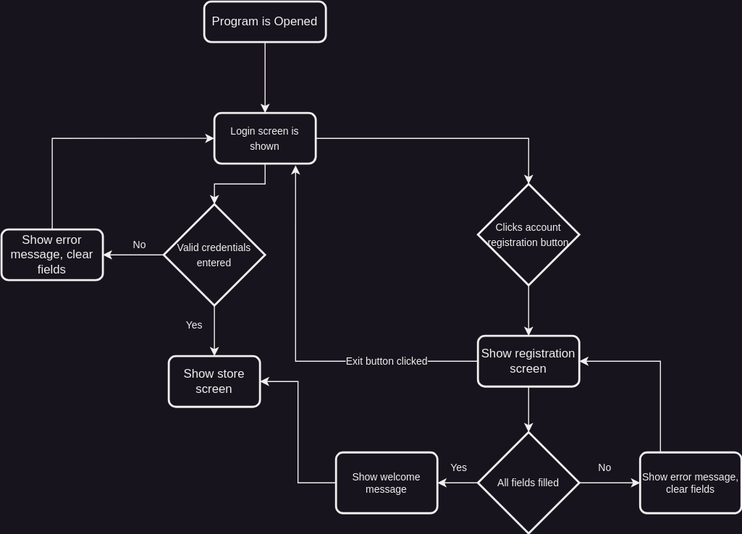
This is 4A- Flow Diagram.drawio.svg from JCDurand/PAT_2023, a draw.io export, as it was before one commit. Source tidied: cells renumbered, new cells last; positions are measured from the earlier drawing's top-left corner, leaving out a move shared by most shapes.
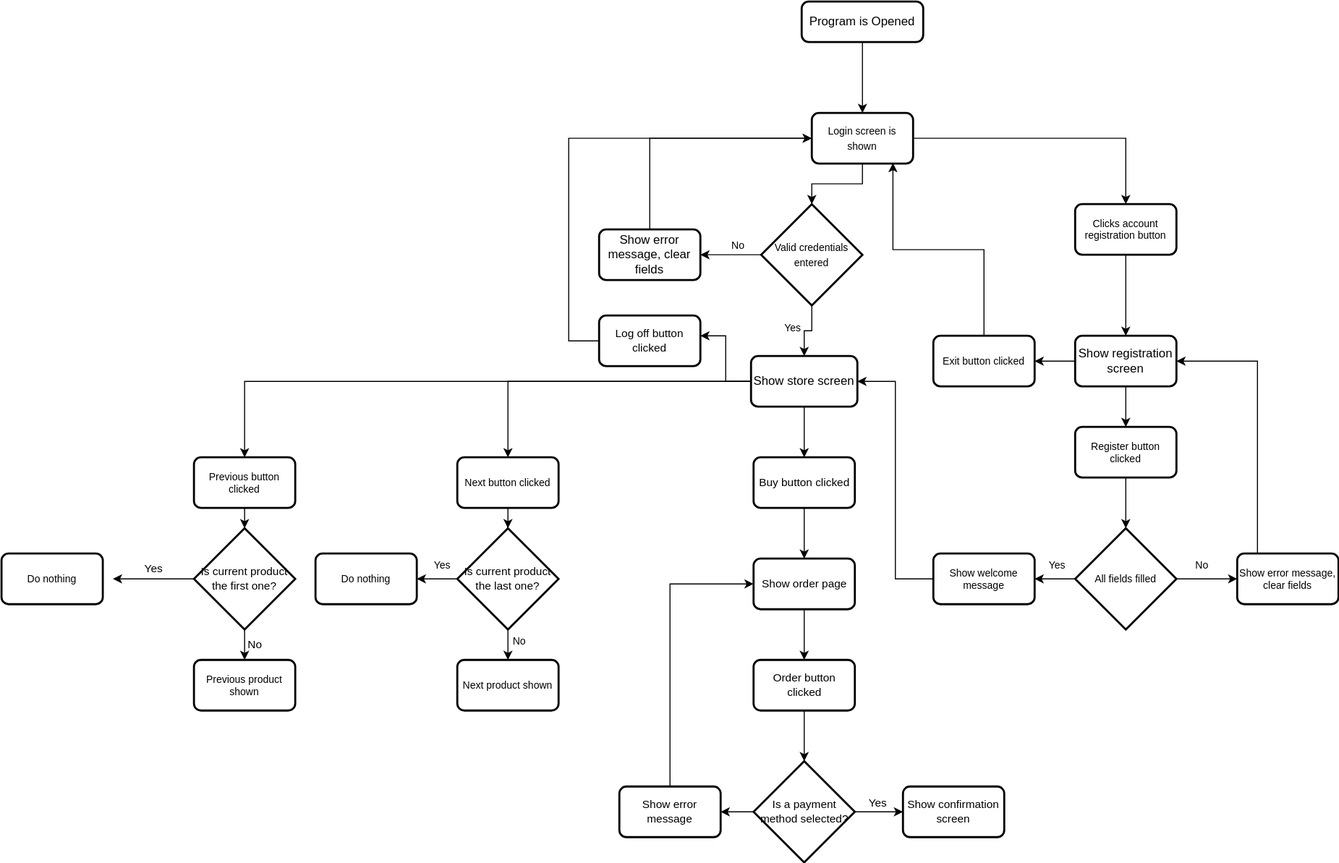
After the change.

Commit message:
product class created

What changed in the source:
```diff
@@ -11,7 +11,7 @@
     <mxCell id="4" style="edgeStyle=orthogonalEdgeStyle;rounded=0;jettySize=auto;html=1;" parent="1" edge="1" source="6" target="19">
       <mxGeometry relative="1" as="geometry" />
     </mxCell>
-    <mxCell id="5" style="edgeStyle=orthogonalEdgeStyle;rounded=0;jettySize=auto;html=1;entryX=0.5;entryY=0;entryDx=0;entryDy=0;entryPerimeter=0;" parent="1" edge="1" source="6" target="20">
+    <mxCell id="5" style="edgeStyle=orthogonalEdgeStyle;rounded=0;jettySize=auto;html=1;entryX=0.5;entryY=0;entryDx=0;entryDy=0;" parent="1" edge="1" source="6" target="20">
       <mxGeometry relative="1" as="geometry" />
     </mxCell>
     <mxCell id="6" value="&lt;font style=&quot;font-size: 10px;&quot;&gt;Login screen is shown&lt;/font&gt;" style="rounded=1;whiteSpace=wrap;html=1;absoluteArcSize=1;arcSize=14;strokeWidth=2;" parent="1" vertex="1">
@@ -27,26 +27,30 @@
     <mxCell id="8" value="Show error message, clear fields" style="rounded=1;whiteSpace=wrap;html=1;absoluteArcSize=1;arcSize=14;strokeWidth=2;" parent="1" vertex="1">
       <mxGeometry y="225" width="100" height="50" as="geometry" />
     </mxCell>
-    <mxCell id="9" style="edgeStyle=orthogonalEdgeStyle;rounded=0;jettySize=auto;html=1;fontSize=10;" parent="1" edge="1" source="12" target="25">
+    <mxCell id="9" style="edgeStyle=orthogonalEdgeStyle;rounded=0;jettySize=auto;html=1;fontSize=10;" parent="1" edge="1" source="12" target="36">
       <mxGeometry relative="1" as="geometry" />
     </mxCell>
-    <mxCell id="10" style="edgeStyle=orthogonalEdgeStyle;rounded=0;jettySize=auto;html=1;entryX=0.801;entryY=1.034;entryDx=0;entryDy=0;entryPerimeter=0;fontSize=10;" parent="1" edge="1" source="12" target="6">
-      <mxGeometry relative="1" as="geometry" />
-    </mxCell>
-    <mxCell id="11" value="Exit button clicked" style="edgeLabel;html=1;align=center;verticalAlign=middle;points=[];fontSize=10;" parent="10" vertex="1">
-      <mxGeometry x="-0.38" relative="1" as="geometry">
-        <mxPoint x="26" as="offset" />
-      </mxGeometry>
-    </mxCell>
+    <mxCell id="30" style="edgeStyle=orthogonalEdgeStyle;rounded=0;jettySize=auto;html=1;entryX=1;entryY=0.5;entryDx=0;entryDy=0;fontSize=10;" parent="1" edge="1" source="12" target="11">
+      <mxGeometry relative="1" as="geometry" />
+    </mxCell>
     <mxCell id="12" value="Show registration screen" style="rounded=1;whiteSpace=wrap;html=1;absoluteArcSize=1;arcSize=14;strokeWidth=2;" parent="1" vertex="1">
       <mxGeometry x="470" y="330" width="100" height="50" as="geometry" />
     </mxCell>
+    <mxCell id="31" style="edgeStyle=orthogonalEdgeStyle;rounded=0;jettySize=auto;html=1;entryX=0.5;entryY=0;entryDx=0;entryDy=0;fontSize=11;" parent="1" edge="1" source="13" target="48">
+      <mxGeometry relative="1" as="geometry" />
+    </mxCell>
+    <mxCell id="32" style="edgeStyle=orthogonalEdgeStyle;rounded=0;jettySize=auto;html=1;entryX=1;entryY=0.4;entryDx=0;entryDy=0;entryPerimeter=0;fontSize=11;" parent="1" edge="1" source="13" target="57">
+      <mxGeometry relative="1" as="geometry" />
+    </mxCell>
+    <mxCell id="33" style="edgeStyle=orthogonalEdgeStyle;rounded=0;jettySize=auto;html=1;fontSize=11;" parent="1" edge="1" source="13" target="39">
+      <mxGeometry relative="1" as="geometry" />
+    </mxCell>
+    <mxCell id="34" style="edgeStyle=orthogonalEdgeStyle;rounded=0;jettySize=auto;html=1;entryX=0.5;entryY=0;entryDx=0;entryDy=0;fontSize=11;" parent="1" edge="1" source="13" target="59">
+      <mxGeometry relative="1" as="geometry" />
+    </mxCell>
     <mxCell id="13" value="Show store screen" style="rounded=1;whiteSpace=wrap;html=1;absoluteArcSize=1;arcSize=14;strokeWidth=2;" parent="1" vertex="1">
-      <mxGeometry x="165" y="350" width="90" height="50" as="geometry" />
+      <mxGeometry x="150" y="350" width="105" height="50" as="geometry" />
     </mxCell>
-    <mxCell id="14" style="edgeStyle=orthogonalEdgeStyle;rounded=0;jettySize=auto;html=1;entryX=0.5;entryY=0;entryDx=0;entryDy=0;exitX=0.5;exitY=1;exitDx=0;exitDy=0;exitPerimeter=0;" parent="1" edge="1" source="20" target="12">
-      <mxGeometry relative="1" as="geometry" />
-    </mxCell>
     <mxCell id="15" style="edgeStyle=orthogonalEdgeStyle;rounded=0;jettySize=auto;html=1;fontSize=10;" parent="1" edge="1" source="19" target="13">
       <mxGeometry relative="1" as="geometry" />
     </mxCell>
@@ -66,16 +70,8 @@
     <mxCell id="19" value="&lt;font style=&quot;font-size: 10px;&quot;&gt;Valid credentials entered&lt;/font&gt;" style="strokeWidth=2;html=1;shape=mxgraph.flowchart.decision;whiteSpace=wrap;" parent="1" vertex="1">
       <mxGeometry x="160" y="200" width="100" height="100" as="geometry" />
     </mxCell>
-    <mxCell id="20" value="&lt;font style=&quot;font-size: 10px;&quot;&gt;Clicks account registration button&lt;/font&gt;" style="strokeWidth=2;html=1;shape=mxgraph.flowchart.decision;whiteSpace=wrap;" parent="1" vertex="1">
-      <mxGeometry x="470" y="180" width="100" height="100" as="geometry" />
-    </mxCell>
     <mxCell id="21" style="edgeStyle=orthogonalEdgeStyle;rounded=0;jettySize=auto;html=1;entryX=0;entryY=0.5;entryDx=0;entryDy=0;fontSize=10;exitX=1;exitY=0.5;exitDx=0;exitDy=0;exitPerimeter=0;" parent="1" edge="1" source="25" target="27">
-      <mxGeometry relative="1" as="geometry">
-        <Array as="points">
-          <mxPoint x="570" y="475" />
-          <mxPoint x="570" y="475" />
-        </Array>
-      </mxGeometry>
+      <mxGeometry relative="1" as="geometry" />
     </mxCell>
     <mxCell id="22" value="No" style="edgeLabel;html=1;align=center;verticalAlign=middle;fontSize=10;" parent="21" vertex="1">
       <mxGeometry x="0.14" y="2" relative="1" as="geometry">
@@ -91,7 +87,7 @@
       </mxGeometry>
     </mxCell>
     <mxCell id="25" value="All fields filled" style="strokeWidth=2;html=1;shape=mxgraph.flowchart.decision;whiteSpace=wrap;fontSize=10;" parent="1" vertex="1">
-      <mxGeometry x="470" y="425" width="100" height="100" as="geometry" />
+      <mxGeometry x="470" y="520" width="100" height="100" as="geometry" />
     </mxCell>
     <mxCell id="26" style="edgeStyle=orthogonalEdgeStyle;rounded=0;jettySize=auto;html=1;entryX=1;entryY=0.5;entryDx=0;entryDy=0;fontSize=10;" parent="1" edge="1" source="27" target="12">
       <mxGeometry relative="1" as="geometry">
@@ -101,13 +97,147 @@
       </mxGeometry>
     </mxCell>
     <mxCell id="27" value="Show error message, clear fields" style="rounded=1;whiteSpace=wrap;html=1;absoluteArcSize=1;arcSize=14;strokeWidth=2;fontSize=10;" parent="1" vertex="1">
-      <mxGeometry x="630" y="445" width="100" height="60" as="geometry" />
+      <mxGeometry x="630" y="545" width="100" height="50" as="geometry" />
     </mxCell>
     <mxCell id="28" style="edgeStyle=orthogonalEdgeStyle;rounded=0;jettySize=auto;html=1;entryX=1;entryY=0.5;entryDx=0;entryDy=0;fontSize=10;" parent="1" edge="1" source="29" target="13">
       <mxGeometry relative="1" as="geometry" />
     </mxCell>
     <mxCell id="29" value="Show welcome message" style="rounded=1;whiteSpace=wrap;html=1;absoluteArcSize=1;arcSize=14;strokeWidth=2;fontSize=10;" parent="1" vertex="1">
-      <mxGeometry x="330" y="445" width="100" height="60" as="geometry" />
+      <mxGeometry x="330" y="545" width="100" height="50" as="geometry" />
     </mxCell>
+    <mxCell id="35" style="edgeStyle=orthogonalEdgeStyle;rounded=0;jettySize=auto;html=1;entryX=0.5;entryY=0;entryDx=0;entryDy=0;entryPerimeter=0;fontSize=10;" parent="1" edge="1" source="36" target="25">
+      <mxGeometry relative="1" as="geometry" />
+    </mxCell>
+    <mxCell id="36" value="Register button clicked" style="rounded=1;whiteSpace=wrap;html=1;absoluteArcSize=1;arcSize=14;strokeWidth=2;fontSize=10;" parent="1" vertex="1">
+      <mxGeometry x="470" y="420" width="100" height="50" as="geometry" />
+    </mxCell>
+    <mxCell id="37" style="edgeStyle=orthogonalEdgeStyle;rounded=0;jettySize=auto;html=1;entryX=0.801;entryY=0.989;entryDx=0;entryDy=0;entryPerimeter=0;fontSize=10;exitX=0.5;exitY=0;exitDx=0;exitDy=0;" parent="1" edge="1" source="11" target="6">
+      <mxGeometry relative="1" as="geometry" />
+    </mxCell>
+    <mxCell id="11" value="Exit button clicked" style="rounded=1;whiteSpace=wrap;html=1;absoluteArcSize=1;arcSize=14;strokeWidth=2;fontSize=10;" parent="1" vertex="1">
+      <mxGeometry x="330" y="330" width="100" height="50" as="geometry" />
+    </mxCell>
+    <mxCell id="14" style="edgeStyle=orthogonalEdgeStyle;rounded=0;jettySize=auto;html=1;fontSize=10;" parent="1" edge="1" source="20" target="12">
+      <mxGeometry relative="1" as="geometry" />
+    </mxCell>
+    <mxCell id="20" value="Clicks account registration button" style="rounded=1;whiteSpace=wrap;html=1;absoluteArcSize=1;arcSize=14;strokeWidth=2;fontSize=10;" parent="1" vertex="1">
+      <mxGeometry x="470" y="200" width="100" height="50" as="geometry" />
+    </mxCell>
+    <mxCell id="38" style="edgeStyle=orthogonalEdgeStyle;rounded=0;jettySize=auto;html=1;entryX=0.5;entryY=0;entryDx=0;entryDy=0;entryPerimeter=0;fontSize=10;" parent="1" edge="1" source="39" target="45">
+      <mxGeometry relative="1" as="geometry" />
+    </mxCell>
+    <mxCell id="39" value="Next button clicked" style="rounded=1;whiteSpace=wrap;html=1;absoluteArcSize=1;arcSize=14;strokeWidth=2;fontSize=10;" parent="1" vertex="1">
+      <mxGeometry x="-140" y="450" width="100" height="50" as="geometry" />
+    </mxCell>
+    <mxCell id="40" value="Next product shown" style="rounded=1;whiteSpace=wrap;html=1;absoluteArcSize=1;arcSize=14;strokeWidth=2;fontSize=10;" parent="1" vertex="1">
+      <mxGeometry x="-140" y="650" width="100" height="50" as="geometry" />
+    </mxCell>
+    <mxCell id="41" style="edgeStyle=orthogonalEdgeStyle;rounded=0;jettySize=auto;html=1;entryX=0.5;entryY=0;entryDx=0;entryDy=0;fontSize=10;" parent="1" edge="1" source="45" target="40">
+      <mxGeometry relative="1" as="geometry" />
+    </mxCell>
+    <mxCell id="42" value="No" style="edgeLabel;html=1;align=center;verticalAlign=middle;fontSize=10;" parent="41" vertex="1">
+      <mxGeometry x="-0.86" relative="1" as="geometry">
+        <mxPoint x="10" y="7" as="offset" />
+      </mxGeometry>
+    </mxCell>
+    <mxCell id="43" style="edgeStyle=orthogonalEdgeStyle;rounded=0;jettySize=auto;html=1;entryX=1;entryY=0.5;entryDx=0;entryDy=0;fontSize=10;" parent="1" edge="1" source="45" target="46">
+      <mxGeometry relative="1" as="geometry" />
+    </mxCell>
+    <mxCell id="44" value="Yes" style="edgeLabel;html=1;align=center;verticalAlign=middle;fontSize=10;" parent="43" vertex="1">
+      <mxGeometry x="-0.21" y="-1" relative="1" as="geometry">
+        <mxPoint y="-14" as="offset" />
+      </mxGeometry>
+    </mxCell>
+    <mxCell id="45" value="&lt;font style=&quot;font-size: 11px;&quot;&gt;Is current product the last one?&lt;/font&gt;" style="strokeWidth=2;html=1;shape=mxgraph.flowchart.decision;whiteSpace=wrap;fontSize=10;" parent="1" vertex="1">
+      <mxGeometry x="-140" y="520" width="100" height="100" as="geometry" />
+    </mxCell>
+    <mxCell id="46" value="Do nothing" style="rounded=1;whiteSpace=wrap;html=1;absoluteArcSize=1;arcSize=14;strokeWidth=2;fontSize=10;" parent="1" vertex="1">
+      <mxGeometry x="-280" y="545" width="100" height="50" as="geometry" />
+    </mxCell>
+    <mxCell id="47" style="edgeStyle=orthogonalEdgeStyle;rounded=0;jettySize=auto;html=1;entryX=0.5;entryY=0;entryDx=0;entryDy=0;entryPerimeter=0;fontSize=11;" parent="1" edge="1" source="48" target="52">
+      <mxGeometry relative="1" as="geometry" />
+    </mxCell>
+    <mxCell id="48" value="Previous button clicked" style="rounded=1;whiteSpace=wrap;html=1;absoluteArcSize=1;arcSize=14;strokeWidth=2;fontSize=10;" parent="1" vertex="1">
+      <mxGeometry x="-400" y="450" width="100" height="50" as="geometry" />
+    </mxCell>
+    <mxCell id="49" value="Previous product shown" style="rounded=1;whiteSpace=wrap;html=1;absoluteArcSize=1;arcSize=14;strokeWidth=2;fontSize=10;" parent="1" vertex="1">
+      <mxGeometry x="-400" y="650" width="100" height="50" as="geometry" />
+    </mxCell>
+    <mxCell id="50" style="edgeStyle=orthogonalEdgeStyle;rounded=0;jettySize=auto;html=1;fontSize=11;" parent="1" edge="1" source="52">
+      <mxGeometry relative="1" as="geometry">
+        <mxPoint x="-480" y="570" as="targetPoint" />
+      </mxGeometry>
+    </mxCell>
+    <mxCell id="51" style="edgeStyle=orthogonalEdgeStyle;rounded=0;jettySize=auto;html=1;entryX=0.5;entryY=0;entryDx=0;entryDy=0;fontSize=11;" parent="1" edge="1" source="52" target="49">
+      <mxGeometry relative="1" as="geometry" />
+    </mxCell>
+    <mxCell id="52" value="&lt;font style=&quot;font-size: 11px;&quot;&gt;Is current product the first one?&lt;/font&gt;" style="strokeWidth=2;html=1;shape=mxgraph.flowchart.decision;whiteSpace=wrap;fontSize=10;" parent="1" vertex="1">
+      <mxGeometry x="-400" y="520" width="100" height="100" as="geometry" />
+    </mxCell>
+    <mxCell id="53" value="Do nothing" style="rounded=1;whiteSpace=wrap;html=1;absoluteArcSize=1;arcSize=14;strokeWidth=2;fontSize=10;" parent="1" vertex="1">
+      <mxGeometry x="-590" y="545" width="100" height="50" as="geometry" />
+    </mxCell>
+    <mxCell id="54" value="Yes" style="text;html=1;align=center;verticalAlign=middle;strokeColor=none;fillColor=none;fontSize=11;" parent="1" vertex="1">
+      <mxGeometry x="-460" y="545" width="40" height="30" as="geometry" />
+    </mxCell>
+    <mxCell id="55" value="No" style="text;html=1;align=center;verticalAlign=middle;strokeColor=none;fillColor=none;fontSize=11;" parent="1" vertex="1">
+      <mxGeometry x="-360" y="620" width="40" height="30" as="geometry" />
+    </mxCell>
+    <mxCell id="56" style="edgeStyle=orthogonalEdgeStyle;rounded=0;jettySize=auto;html=1;entryX=0;entryY=0.5;entryDx=0;entryDy=0;fontSize=11;" parent="1" edge="1" source="57" target="6">
+      <mxGeometry relative="1" as="geometry">
+        <Array as="points">
+          <mxPoint x="-30" y="335" />
+          <mxPoint x="-30" y="135" />
+        </Array>
+      </mxGeometry>
+    </mxCell>
+    <mxCell id="57" value="Log off button clicked" style="rounded=1;whiteSpace=wrap;html=1;absoluteArcSize=1;arcSize=14;strokeWidth=2;fontSize=11;" parent="1" vertex="1">
+      <mxGeometry y="310" width="100" height="50" as="geometry" />
+    </mxCell>
+    <mxCell id="58" style="edgeStyle=orthogonalEdgeStyle;rounded=0;jettySize=auto;html=1;entryX=0.5;entryY=0;entryDx=0;entryDy=0;fontSize=11;" parent="1" edge="1" source="59" target="61">
+      <mxGeometry relative="1" as="geometry" />
+    </mxCell>
+    <mxCell id="59" value="Buy button clicked" style="rounded=1;whiteSpace=wrap;html=1;absoluteArcSize=1;arcSize=14;strokeWidth=2;fontSize=11;" parent="1" vertex="1">
+      <mxGeometry x="152.5" y="450" width="100" height="50" as="geometry" />
+    </mxCell>
+    <mxCell id="60" style="edgeStyle=orthogonalEdgeStyle;rounded=0;jettySize=auto;html=1;entryX=0.5;entryY=0;entryDx=0;entryDy=0;fontSize=11;" parent="1" edge="1" source="61" target="63">
+      <mxGeometry relative="1" as="geometry" />
+    </mxCell>
+    <mxCell id="61" value="Show order page" style="rounded=1;whiteSpace=wrap;html=1;absoluteArcSize=1;arcSize=14;strokeWidth=2;fontSize=11;" parent="1" vertex="1">
+      <mxGeometry x="152.5" y="550" width="100" height="50" as="geometry" />
+    </mxCell>
+    <mxCell id="62" style="edgeStyle=orthogonalEdgeStyle;rounded=0;jettySize=auto;html=1;entryX=0.5;entryY=0;entryDx=0;entryDy=0;entryPerimeter=0;fontSize=11;" parent="1" edge="1" source="63" target="67">
+      <mxGeometry relative="1" as="geometry" />
+    </mxCell>
+    <mxCell id="63" value="Order button clicked" style="rounded=1;whiteSpace=wrap;html=1;absoluteArcSize=1;arcSize=14;strokeWidth=2;fontSize=11;" parent="1" vertex="1">
+      <mxGeometry x="152.5" y="650" width="100" height="50" as="geometry" />
+    </mxCell>
+    <mxCell id="64" style="edgeStyle=orthogonalEdgeStyle;rounded=0;jettySize=auto;html=1;entryX=0;entryY=0.5;entryDx=0;entryDy=0;fontSize=11;" parent="1" edge="1" source="67" target="68">
+      <mxGeometry relative="1" as="geometry" />
+    </mxCell>
+    <mxCell id="65" value="Yes" style="edgeLabel;html=1;align=center;verticalAlign=middle;fontSize=11;" parent="64" vertex="1">
+      <mxGeometry x="-0.15" y="1" relative="1" as="geometry">
+        <mxPoint x="2" y="-9" as="offset" />
+      </mxGeometry>
+    </mxCell>
+    <mxCell id="66" style="edgeStyle=orthogonalEdgeStyle;rounded=0;jettySize=auto;html=1;entryX=1;entryY=0.5;entryDx=0;entryDy=0;fontSize=11;" parent="1" edge="1" source="67" target="70">
+      <mxGeometry relative="1" as="geometry" />
+    </mxCell>
+    <mxCell id="67" value="Is a payment method selected?" style="strokeWidth=2;html=1;shape=mxgraph.flowchart.decision;whiteSpace=wrap;fontSize=11;" parent="1" vertex="1">
+      <mxGeometry x="152.5" y="750" width="100" height="100" as="geometry" />
+    </mxCell>
+    <mxCell id="68" value="Show confirmation screen" style="rounded=1;whiteSpace=wrap;html=1;absoluteArcSize=1;arcSize=14;strokeWidth=2;fontSize=11;" parent="1" vertex="1">
+      <mxGeometry x="300" y="775" width="100" height="50" as="geometry" />
+    </mxCell>
+    <mxCell id="69" style="edgeStyle=orthogonalEdgeStyle;rounded=0;jettySize=auto;html=1;entryX=0;entryY=0.5;entryDx=0;entryDy=0;fontSize=11;" parent="1" edge="1" source="70" target="61">
+      <mxGeometry relative="1" as="geometry">
+        <Array as="points">
+          <mxPoint x="70" y="575" />
+        </Array>
+      </mxGeometry>
+    </mxCell>
+    <mxCell id="70" value="Show error message" style="rounded=1;whiteSpace=wrap;html=1;absoluteArcSize=1;arcSize=14;strokeWidth=2;fontSize=11;" parent="1" vertex="1">
+      <mxGeometry x="20" y="775" width="100" height="50" as="geometry" />
+    </mxCell>
   </root>
 </mxGraphModel>
```
